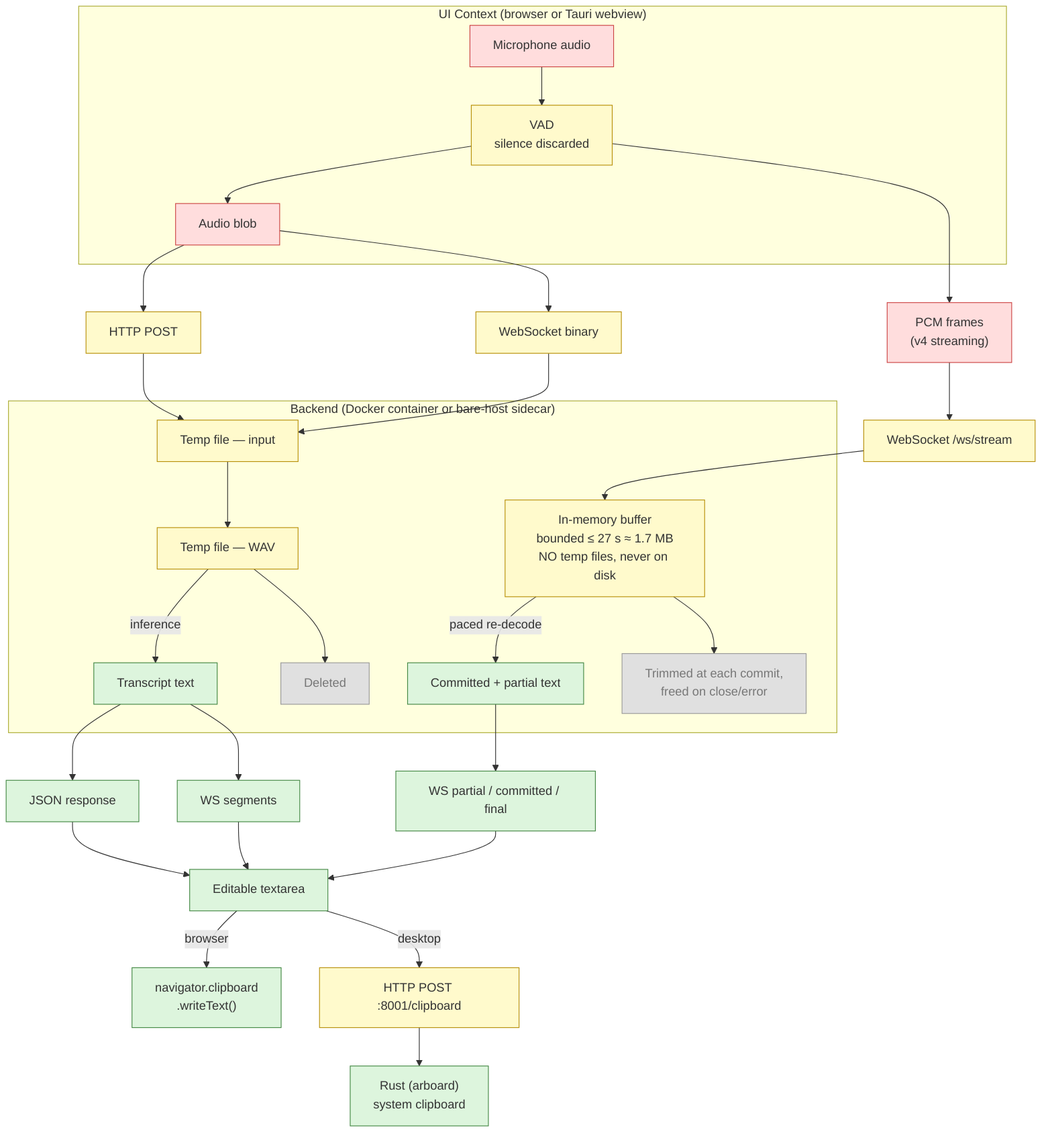
JohnYanez95/voice-scribe keeps this Mermaid diagram as docs/v4/presentation/images/privacy-data-flow.png. Above is the earlier version. Its source is kept beside it as docs/diagrams/privacy-data-flow.mmd. The source it was exported from:
```mermaid
flowchart TD
    subgraph ui ["UI Context (browser or Tauri webview)"]
        mic["Microphone audio"]
        vad["VAD<br/>silence discarded"]
        blob["Audio blob"]
        mic --> vad --> blob
    end

    blob --> http["HTTP POST"]
    blob --> wsIn["WebSocket binary"]
    vad --> frames["PCM frames<br/>(v4 streaming)"]
    frames --> wsStream["WebSocket /ws/stream"]

    subgraph backend ["Backend (Docker container or bare-host sidecar)"]
        tmp1["Temp file — input"]
        tmp2["Temp file — WAV"]
        txt["Transcript text"]
        del["Deleted"]
        tmp1 --> tmp2
        tmp2 -- inference --> txt
        tmp2 --> del

        ring["In-memory buffer<br/>bounded ≤ 27 s ≈ 1.7 MB<br/>NO temp files, never on disk"]
        stxt["Committed + partial text"]
        rdel["Trimmed at each commit,<br/>freed on close/error"]
        ring -- "paced re-decode" --> stxt
        ring --> rdel
    end

    http --> tmp1
    wsIn --> tmp1
    wsStream --> ring

    txt --> resp["JSON response"]
    txt --> wsOut["WS segments"]
    stxt --> wsMsgs["WS partial / committed / final"]

    resp --> area["Editable textarea"]
    wsOut --> area
    wsMsgs --> area

    area -- "browser" --> browserClip["navigator.clipboard<br/>.writeText()"]
    area -- "desktop" --> httpPost["HTTP POST :8001/clipboard"]
    httpPost --> rustClip["Rust (arboard)<br/>system clipboard"]

    classDef sensitive fill:#ffdddd,stroke:#cc4444
    classDef ephemeral fill:#fffacc,stroke:#b8900a
    classDef output fill:#ddf5dd,stroke:#448844
    classDef deleted fill:#e0e0e0,stroke:#999999,color:#777777

    class mic,blob,frames sensitive
    class vad,http,wsIn,wsStream,tmp1,tmp2,ring,httpPost ephemeral
    class txt,stxt,resp,wsOut,wsMsgs,area,browserClip,rustClip output
    class del,rdel deleted
```
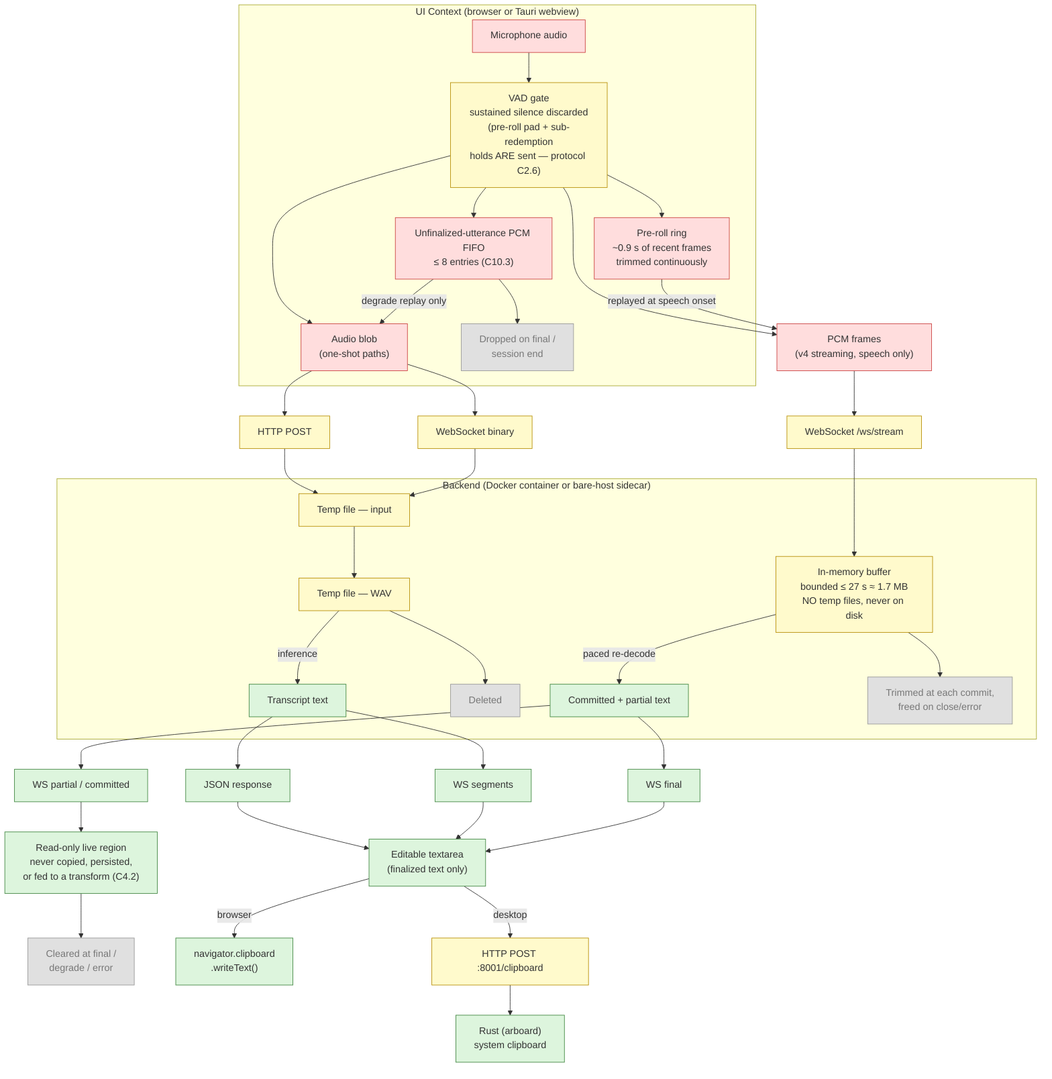
After the commit.

Commit message:
docs+types: v4.1 step 3 — diagrams before component code, streaming wire types

What changed in the source:
```diff
@@ -1,14 +1,23 @@
 flowchart TD
     subgraph ui ["UI Context (browser or Tauri webview)"]
         mic["Microphone audio"]
-        vad["VAD<br/>silence discarded"]
-        blob["Audio blob"]
-        mic --> vad --> blob
+        vad["VAD gate<br/>sustained silence discarded<br/>(pre-roll pad + sub-redemption<br/>holds ARE sent — protocol C2.6)"]
+        preroll["Pre-roll ring<br/>~0.9 s of recent frames<br/>trimmed continuously"]
+        blob["Audio blob<br/>(one-shot paths)"]
+        fifo["Unfinalized-utterance PCM FIFO<br/>≤ 8 entries (C10.3)"]
+        cdel["Dropped on final /<br/>session end"]
+        mic --> vad
+        vad --> preroll
+        vad --> blob
+        vad --> fifo
+        fifo --> cdel
+        fifo -- "degrade replay only" --> blob
     end
 
     blob --> http["HTTP POST"]
     blob --> wsIn["WebSocket binary"]
-    vad --> frames["PCM frames<br/>(v4 streaming)"]
+    vad --> frames["PCM frames<br/>(v4 streaming, speech only)"]
+    preroll -- "replayed at speech onset" --> frames
     frames --> wsStream["WebSocket /ws/stream"]
 
     subgraph backend ["Backend (Docker container or bare-host sidecar)"]
@@ -33,11 +42,14 @@
 
     txt --> resp["JSON response"]
     txt --> wsOut["WS segments"]
-    stxt --> wsMsgs["WS partial / committed / final"]
+    stxt --> wsLive["WS partial / committed"]
+    stxt --> wsFinal["WS final"]
 
-    resp --> area["Editable textarea"]
+    resp --> area["Editable textarea<br/>(finalized text only)"]
     wsOut --> area
-    wsMsgs --> area
+    wsFinal --> area
+    wsLive --> live["Read-only live region<br/>never copied, persisted,<br/>or fed to a transform (C4.2)"]
+    live --> ldel["Cleared at final /<br/>degrade / error"]
 
     area -- "browser" --> browserClip["navigator.clipboard<br/>.writeText()"]
     area -- "desktop" --> httpPost["HTTP POST :8001/clipboard"]
@@ -48,7 +60,7 @@
     classDef output fill:#ddf5dd,stroke:#448844
     classDef deleted fill:#e0e0e0,stroke:#999999,color:#777777
 
-    class mic,blob,frames sensitive
+    class mic,blob,frames,preroll,fifo sensitive
     class vad,http,wsIn,wsStream,tmp1,tmp2,ring,httpPost ephemeral
-    class txt,stxt,resp,wsOut,wsMsgs,area,browserClip,rustClip output
-    class del,rdel deleted
+    class txt,stxt,resp,wsOut,wsLive,wsFinal,area,live,browserClip,rustClip output
+    class del,rdel,cdel,ldel deleted
```
